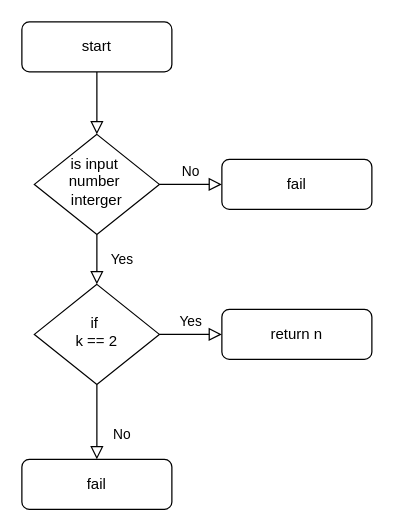
SreeLikitha/M1_C_Project keeps this draw.io diagram as 2_Architecture/Untitled Diagram.drawio. Above is the earlier version. Source tidied: cells renumbered, new cells numbered last; positions are measured from the earlier drawing's top-left corner, leaving out a move shared by most shapes. Both pictures are drawn from the tidied source at 125%, with x=0, y=0 at pixel (21, 21).
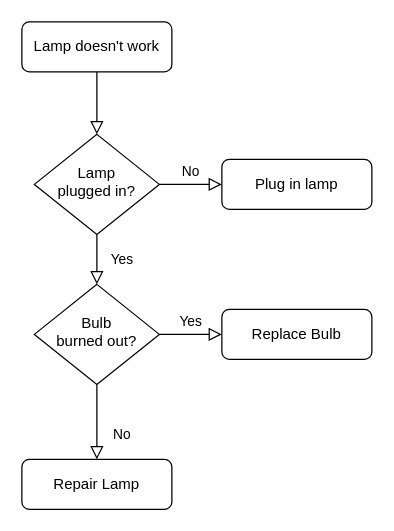
Above is the later version.

Change to the diagram source:
```diff
@@
 <mxGraphModel>
   <root>
     <mxCell id="0" />
     <mxCell id="1" parent="0" />
     <mxCell id="2" style="rounded=0;html=1;jettySize=auto;fontSize=11;endArrow=block;endFill=0;endSize=8;strokeWidth=1;shadow=0;labelBackgroundColor=none;edgeStyle=orthogonalEdgeStyle;" parent="1" edge="1" source="3" target="6">
       <mxGeometry relative="1" as="geometry" />
     </mxCell>
-    <mxCell id="3" value="start&lt;br&gt;" style="rounded=1;whiteSpace=wrap;html=1;fontSize=12;glass=0;strokeWidth=1;shadow=0;" parent="1" vertex="1">
+    <mxCell id="3" value="Lamp doesn't work" style="rounded=1;whiteSpace=wrap;html=1;fontSize=12;glass=0;strokeWidth=1;shadow=0;" parent="1" vertex="1">
       <mxGeometry width="120" height="40" as="geometry" />
     </mxCell>
     <mxCell id="4" value="Yes" style="rounded=0;html=1;jettySize=auto;fontSize=11;endArrow=block;endFill=0;endSize=8;strokeWidth=1;shadow=0;labelBackgroundColor=none;edgeStyle=orthogonalEdgeStyle;" parent="1" edge="1" source="6" target="10">
       <mxGeometry y="20" relative="1" as="geometry" />
     </mxCell>
     <mxCell id="5" value="No" style="edgeStyle=orthogonalEdgeStyle;rounded=0;html=1;jettySize=auto;fontSize=11;endArrow=block;endFill=0;endSize=8;strokeWidth=1;shadow=0;labelBackgroundColor=none;" parent="1" edge="1" source="6" target="7">
       <mxGeometry y="10" relative="1" as="geometry" />
     </mxCell>
-    <mxCell id="6" value="is input&amp;nbsp;&lt;br&gt;number&amp;nbsp;&lt;br&gt;interger" style="rhombus;whiteSpace=wrap;html=1;shadow=0;fontFamily=Helvetica;fontSize=12;align=center;strokeWidth=1;spacing=6;spacingTop=-4;" parent="1" vertex="1">
+    <mxCell id="6" value="Lamp&lt;br&gt;plugged in?" style="rhombus;whiteSpace=wrap;html=1;shadow=0;fontFamily=Helvetica;fontSize=12;align=center;strokeWidth=1;spacing=6;spacingTop=-4;" parent="1" vertex="1">
       <mxGeometry x="10" y="90" width="100" height="80" as="geometry" />
     </mxCell>
-    <mxCell id="7" value="fail" style="rounded=1;whiteSpace=wrap;html=1;fontSize=12;glass=0;strokeWidth=1;shadow=0;" parent="1" vertex="1">
+    <mxCell id="7" value="Plug in lamp" style="rounded=1;whiteSpace=wrap;html=1;fontSize=12;glass=0;strokeWidth=1;shadow=0;" parent="1" vertex="1">
       <mxGeometry x="160" y="110" width="120" height="40" as="geometry" />
     </mxCell>
     <mxCell id="8" value="No" style="rounded=0;html=1;jettySize=auto;fontSize=11;endArrow=block;endFill=0;endSize=8;strokeWidth=1;shadow=0;labelBackgroundColor=none;edgeStyle=orthogonalEdgeStyle;" parent="1" edge="1" source="10" target="11">
       <mxGeometry x="0.33" y="20" relative="1" as="geometry" />
     </mxCell>
     <mxCell id="9" value="Yes" style="edgeStyle=orthogonalEdgeStyle;rounded=0;html=1;jettySize=auto;fontSize=11;endArrow=block;endFill=0;endSize=8;strokeWidth=1;shadow=0;labelBackgroundColor=none;" parent="1" edge="1" source="10" target="12">
       <mxGeometry y="10" relative="1" as="geometry" />
     </mxCell>
-    <mxCell id="10" value="if&amp;nbsp;&lt;br&gt;k == 2" style="rhombus;whiteSpace=wrap;html=1;shadow=0;fontFamily=Helvetica;fontSize=12;align=center;strokeWidth=1;spacing=6;spacingTop=-4;" parent="1" vertex="1">
+    <mxCell id="10" value="Bulb&lt;br&gt;burned out?" style="rhombus;whiteSpace=wrap;html=1;shadow=0;fontFamily=Helvetica;fontSize=12;align=center;strokeWidth=1;spacing=6;spacingTop=-4;" parent="1" vertex="1">
       <mxGeometry x="10" y="210" width="100" height="80" as="geometry" />
     </mxCell>
-    <mxCell id="11" value="fail" style="rounded=1;whiteSpace=wrap;html=1;fontSize=12;glass=0;strokeWidth=1;shadow=0;" parent="1" vertex="1">
+    <mxCell id="11" value="Repair Lamp" style="rounded=1;whiteSpace=wrap;html=1;fontSize=12;glass=0;strokeWidth=1;shadow=0;" parent="1" vertex="1">
       <mxGeometry y="350" width="120" height="40" as="geometry" />
     </mxCell>
-    <mxCell id="12" value="return n" style="rounded=1;whiteSpace=wrap;html=1;fontSize=12;glass=0;strokeWidth=1;shadow=0;" parent="1" vertex="1">
+    <mxCell id="12" value="Replace Bulb" style="rounded=1;whiteSpace=wrap;html=1;fontSize=12;glass=0;strokeWidth=1;shadow=0;" parent="1" vertex="1">
       <mxGeometry x="160" y="230" width="120" height="40" as="geometry" />
     </mxCell>
   </root>
 </mxGraphModel>
```
